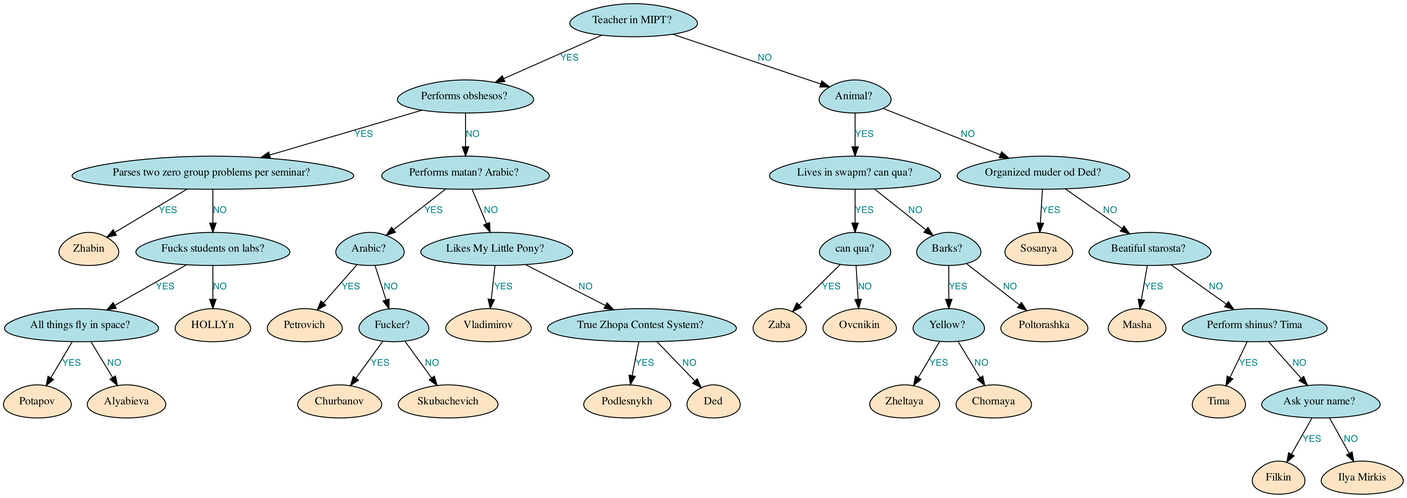
Earlier version of the Graphviz export sources/dump/dump_tree.png (BileyHarryCopter/Genie_of_Akinator). Its source is kept beside it as sources/dump/dump_tree.dot.
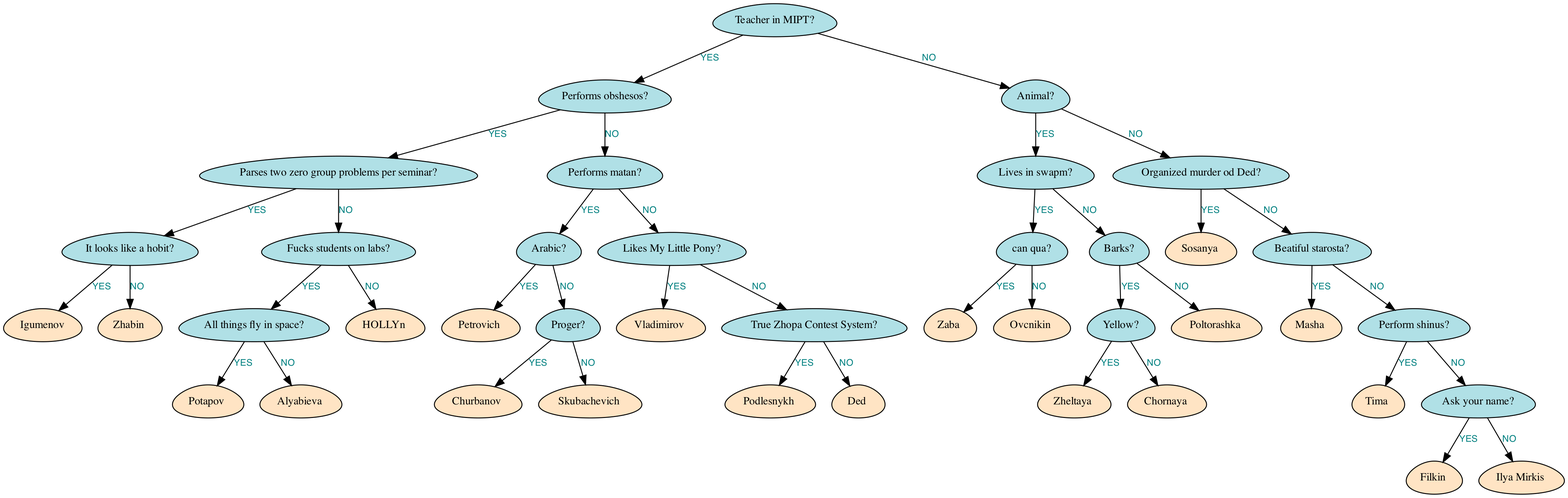
Above is the later version.

The edit, as a diff of the source:
```diff
@@ -8,83 +8,87 @@
 		node [shape = egg, style = "filled", fillcolor = "bisque", fontcolor = "black", fontsize = 12];
 		edge [color = "black", fontcolor = "teal", fontsize = 10, fontname = "Impact"];
 
-		node_0x7f96a86044e0 [label = "Teacher in MIPT? ", fillcolor = "powderblue"];
-		node_0x7f96a8604500 [label = "Performs obshesos? ", fillcolor = "powderblue"];
-		node_0x7f96a86045c0 [label = "Parses two zero group problems per seminar? ", fillcolor = "powderblue"];
-		node_0x7f96a8604680 [label = "Zhabin"];
-		node_0x7f96a8604740 [label = "Fucks students on labs?", fillcolor = "powderblue"];
-		node_0x7f96a8604800 [label = "All things fly in space? ", fillcolor = "powderblue"];
-		node_0x7f96a86048c0 [label = "Potapov"];
-		node_0x7f96a8604980 [label = "Alyabieva"];
-		node_0x7f96a8604a40 [label = "HOLLYn"];
-		node_0x7f96a8604b00 [label = "Performs matan? Arabic? ", fillcolor = "powderblue"];
-		node_0x7f96a8604bc0 [label = "Arabic? ", fillcolor = "powderblue"];
-		node_0x7f96a8604c80 [label = "Petrovich"];
-		node_0x7f96a8604d40 [label = "Fucker? ", fillcolor = "powderblue"];
-		node_0x7f96a8604e00 [label = "Churbanov"];
-		node_0x7f96a8604ec0 [label = "Skubachevich"];
-		node_0x7f96a8604f80 [label = "Likes My Little Pony? ", fillcolor = "powderblue"];
-		node_0x7f96a8605040 [label = "Vladimirov"];
-		node_0x7f96a8605100 [label = "True Zhopa Contest System? ", fillcolor = "powderblue"];
-		node_0x7f96a86051c0 [label = "Podlesnykh"];
-		node_0x7f96a8605280 [label = "Ded"];
-		node_0x7f96a8605340 [label = "Animal? ", fillcolor = "powderblue"];
-		node_0x7f96a8605400 [label = "Lives in swapm? can qua?", fillcolor = "powderblue"];
-		node_0x7f96a86054c0 [label = "can qua?", fillcolor = "powderblue"];
-		node_0x7f96a8605580 [label = "Zaba"];
-		node_0x7f96a8605640 [label = "Ovcnikin"];
-		node_0x7f96a8605700 [label = "Barks? ", fillcolor = "powderblue"];
-		node_0x7f96a86057c0 [label = "Yellow? ", fillcolor = "powderblue"];
-		node_0x7f96a8605880 [label = "Zheltaya"];
-		node_0x7f96a8605940 [label = "Chornaya"];
-		node_0x7f96a8605a00 [label = "Poltorashka"];
-		node_0x7f96a8605ac0 [label = "Organized muder od Ded?", fillcolor = "powderblue"];
-		node_0x7f96a8605b80 [label = "Sosanya"];
-		node_0x7f96a8605c40 [label = "Beatiful starosta? ", fillcolor = "powderblue"];
-		node_0x7f96a8605d00 [label = "Masha"];
-		node_0x7f96a8605dc0 [label = "Perform shinus? Tima", fillcolor = "powderblue"];
-		node_0x7f96a8605e80 [label = "Tima"];
-		node_0x7f96a8605f40 [label = "Ask your name? ", fillcolor = "powderblue"];
-		node_0x7f96a8606000 [label = "Filkin"];
-		node_0x7f96a86060c0 [label = "Ilya Mirkis"];
+		node_0x7f9259405d90 [label = "Teacher in MIPT?", fillcolor = "powderblue"];
+		node_0x7f9259405db0 [label = "Performs obshesos?", fillcolor = "powderblue"];
+		node_0x7f9259405e70 [label = "Parses two zero group problems per seminar?", fillcolor = "powderblue"];
+		node_0x7f9259604140 [label = "It looks like a hobit?", fillcolor = "powderblue"];
+		node_0x7f9259604120 [label = "Igumenov"];
+		node_0x7f9259405f30 [label = "Zhabin "];
+		node_0x7f9259405ff0 [label = "Fucks students on labs?", fillcolor = "powderblue"];
+		node_0x7f92594060b0 [label = "All things fly in space?", fillcolor = "powderblue"];
+		node_0x7f9259406170 [label = "Potapov "];
+		node_0x7f9259406230 [label = "Alyabieva "];
+		node_0x7f92594062f0 [label = "HOLLYn "];
+		node_0x7f92594063b0 [label = "Performs matan?", fillcolor = "powderblue"];
+		node_0x7f9259406470 [label = "Arabic?", fillcolor = "powderblue"];
+		node_0x7f9259406530 [label = "Petrovich "];
+		node_0x7f92594065f0 [label = "Proger?", fillcolor = "powderblue"];
+		node_0x7f92594066b0 [label = "Churbanov "];
+		node_0x7f9259406770 [label = "Skubachevich "];
+		node_0x7f9259406830 [label = "Likes My Little Pony?", fillcolor = "powderblue"];
+		node_0x7f92594068f0 [label = "Vladimirov "];
+		node_0x7f92594069b0 [label = "True Zhopa Contest System?", fillcolor = "powderblue"];
+		node_0x7f9259406a70 [label = "Podlesnykh "];
+		node_0x7f9259406b30 [label = "Ded "];
+		node_0x7f9259406bf0 [label = "Animal?", fillcolor = "powderblue"];
+		node_0x7f9259406cb0 [label = "Lives in swapm?", fillcolor = "powderblue"];
+		node_0x7f9259406d70 [label = "can qua?", fillcolor = "powderblue"];
+		node_0x7f9259406e30 [label = "Zaba "];
+		node_0x7f9259406ef0 [label = "Ovcnikin "];
+		node_0x7f9259406fb0 [label = "Barks?", fillcolor = "powderblue"];
+		node_0x7f9259407070 [label = "Yellow?", fillcolor = "powderblue"];
+		node_0x7f9259407130 [label = "Zheltaya "];
+		node_0x7f92594071f0 [label = "Chornaya "];
+		node_0x7f92594072b0 [label = "Poltorashka "];
+		node_0x7f9259407370 [label = "Organized murder od Ded?", fillcolor = "powderblue"];
+		node_0x7f9259407430 [label = "Sosanya "];
+		node_0x7f92594074f0 [label = "Beatiful starosta?", fillcolor = "powderblue"];
+		node_0x7f92594075b0 [label = "Masha "];
+		node_0x7f9259407670 [label = "Perform shinus?", fillcolor = "powderblue"];
+		node_0x7f9259407730 [label = "Tima "];
+		node_0x7f92594077f0 [label = "Ask your name?", fillcolor = "powderblue"];
+		node_0x7f92594078b0 [label = "Filkin "];
+		node_0x7f9259407970 [label = "Ilya Mirkis "];
 
-		node_0x7f96a86044e0 -> node_0x7f96a8604500 [label = "YES"];
-		node_0x7f96a86044e0 -> node_0x7f96a8605340 [label = "NO"];
-		node_0x7f96a8604500 -> node_0x7f96a86045c0 [label = "YES"];
-		node_0x7f96a8604500 -> node_0x7f96a8604b00 [label = "NO"];
-		node_0x7f96a86045c0 -> node_0x7f96a8604680 [label = "YES"];
-		node_0x7f96a86045c0 -> node_0x7f96a8604740 [label = "NO"];
-		node_0x7f96a8604740 -> node_0x7f96a8604800 [label = "YES"];
-		node_0x7f96a8604740 -> node_0x7f96a8604a40 [label = "NO"];
-		node_0x7f96a8604800 -> node_0x7f96a86048c0 [label = "YES"];
-		node_0x7f96a8604800 -> node_0x7f96a8604980 [label = "NO"];
-		node_0x7f96a8604b00 -> node_0x7f96a8604bc0 [label = "YES"];
-		node_0x7f96a8604b00 -> node_0x7f96a8604f80 [label = "NO"];
-		node_0x7f96a8604bc0 -> node_0x7f96a8604c80 [label = "YES"];
-		node_0x7f96a8604bc0 -> node_0x7f96a8604d40 [label = "NO"];
-		node_0x7f96a8604d40 -> node_0x7f96a8604e00 [label = "YES"];
-		node_0x7f96a8604d40 -> node_0x7f96a8604ec0 [label = "NO"];
-		node_0x7f96a8604f80 -> node_0x7f96a8605040 [label = "YES"];
-		node_0x7f96a8604f80 -> node_0x7f96a8605100 [label = "NO"];
-		node_0x7f96a8605100 -> node_0x7f96a86051c0 [label = "YES"];
-		node_0x7f96a8605100 -> node_0x7f96a8605280 [label = "NO"];
-		node_0x7f96a8605340 -> node_0x7f96a8605400 [label = "YES"];
-		node_0x7f96a8605340 -> node_0x7f96a8605ac0 [label = "NO"];
-		node_0x7f96a8605400 -> node_0x7f96a86054c0 [label = "YES"];
-		node_0x7f96a8605400 -> node_0x7f96a8605700 [label = "NO"];
-		node_0x7f96a86054c0 -> node_0x7f96a8605580 [label = "YES"];
-		node_0x7f96a86054c0 -> node_0x7f96a8605640 [label = "NO"];
-		node_0x7f96a8605700 -> node_0x7f96a86057c0 [label = "YES"];
-		node_0x7f96a8605700 -> node_0x7f96a8605a00 [label = "NO"];
-		node_0x7f96a86057c0 -> node_0x7f96a8605880 [label = "YES"];
-		node_0x7f96a86057c0 -> node_0x7f96a8605940 [label = "NO"];
-		node_0x7f96a8605ac0 -> node_0x7f96a8605b80 [label = "YES"];
-		node_0x7f96a8605ac0 -> node_0x7f96a8605c40 [label = "NO"];
-		node_0x7f96a8605c40 -> node_0x7f96a8605d00 [label = "YES"];
-		node_0x7f96a8605c40 -> node_0x7f96a8605dc0 [label = "NO"];
-		node_0x7f96a8605dc0 -> node_0x7f96a8605e80 [label = "YES"];
-		node_0x7f96a8605dc0 -> node_0x7f96a8605f40 [label = "NO"];
-		node_0x7f96a8605f40 -> node_0x7f96a8606000 [label = "YES"];
-		node_0x7f96a8605f40 -> node_0x7f96a86060c0 [label = "NO"];
+		node_0x7f9259405d90 -> node_0x7f9259405db0 [label = "YES"];
+		node_0x7f9259405d90 -> node_0x7f9259406bf0 [label = "NO"];
+		node_0x7f9259405db0 -> node_0x7f9259405e70 [label = "YES"];
+		node_0x7f9259405db0 -> node_0x7f92594063b0 [label = "NO"];
+		node_0x7f9259405e70 -> node_0x7f9259604140 [label = "YES"];
+		node_0x7f9259405e70 -> node_0x7f9259405ff0 [label = "NO"];
+		node_0x7f9259604140 -> node_0x7f9259604120 [label = "YES"];
+		node_0x7f9259604140 -> node_0x7f9259405f30 [label = "NO"];
+		node_0x7f9259405ff0 -> node_0x7f92594060b0 [label = "YES"];
+		node_0x7f9259405ff0 -> node_0x7f92594062f0 [label = "NO"];
+		node_0x7f92594060b0 -> node_0x7f9259406170 [label = "YES"];
+		node_0x7f92594060b0 -> node_0x7f9259406230 [label = "NO"];
+		node_0x7f92594063b0 -> node_0x7f9259406470 [label = "YES"];
+		node_0x7f92594063b0 -> node_0x7f9259406830 [label = "NO"];
+		node_0x7f9259406470 -> node_0x7f9259406530 [label = "YES"];
+		node_0x7f9259406470 -> node_0x7f92594065f0 [label = "NO"];
+		node_0x7f92594065f0 -> node_0x7f92594066b0 [label = "YES"];
+		node_0x7f92594065f0 -> node_0x7f9259406770 [label = "NO"];
+		node_0x7f9259406830 -> node_0x7f92594068f0 [label = "YES"];
+		node_0x7f9259406830 -> node_0x7f92594069b0 [label = "NO"];
+		node_0x7f92594069b0 -> node_0x7f9259406a70 [label = "YES"];
+		node_0x7f92594069b0 -> node_0x7f9259406b30 [label = "NO"];
+		node_0x7f9259406bf0 -> node_0x7f9259406cb0 [label = "YES"];
+		node_0x7f9259406bf0 -> node_0x7f9259407370 [label = "NO"];
+		node_0x7f9259406cb0 -> node_0x7f9259406d70 [label = "YES"];
+		node_0x7f9259406cb0 -> node_0x7f9259406fb0 [label = "NO"];
+		node_0x7f9259406d70 -> node_0x7f9259406e30 [label = "YES"];
+		node_0x7f9259406d70 -> node_0x7f9259406ef0 [label = "NO"];
+		node_0x7f9259406fb0 -> node_0x7f9259407070 [label = "YES"];
+		node_0x7f9259406fb0 -> node_0x7f92594072b0 [label = "NO"];
+		node_0x7f9259407070 -> node_0x7f9259407130 [label = "YES"];
+		node_0x7f9259407070 -> node_0x7f92594071f0 [label = "NO"];
+		node_0x7f9259407370 -> node_0x7f9259407430 [label = "YES"];
+		node_0x7f9259407370 -> node_0x7f92594074f0 [label = "NO"];
+		node_0x7f92594074f0 -> node_0x7f92594075b0 [label = "YES"];
+		node_0x7f92594074f0 -> node_0x7f9259407670 [label = "NO"];
+		node_0x7f9259407670 -> node_0x7f9259407730 [label = "YES"];
+		node_0x7f9259407670 -> node_0x7f92594077f0 [label = "NO"];
+		node_0x7f92594077f0 -> node_0x7f92594078b0 [label = "YES"];
+		node_0x7f92594077f0 -> node_0x7f9259407970 [label = "NO"];
 	}
 }
```
